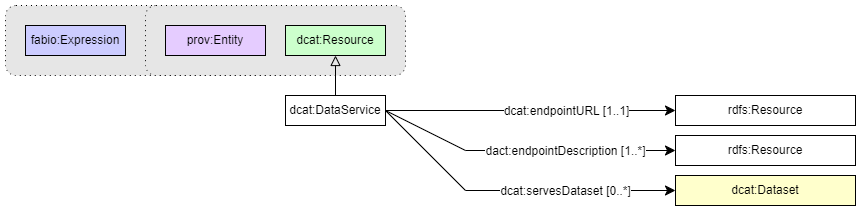
The draw.io diagram CEH-DCAT-AP/CEH-DCAT-AP_diagrams/dcat-dataservice.png in NERC-CEH/digital-objects-ontology, before a commit. Source tidied: cells renumbered, new cells last; positions are measured from the earlier drawing's top-left corner, leaving out a move shared by most shapes. Source of this version:
```xml
<mxGraphModel>
  <root>
    <mxCell id="0" />
    <mxCell id="1" parent="0" />
    <mxCell id="2" style="endArrow=classic;html=1;exitX=1;exitY=0.5;exitDx=0;exitDy=0;entryX=0;entryY=0.5;entryDx=0;entryDy=0;endSize=8;arcSize=0;rounded=0;" parent="1" edge="1" source="17" target="8">
      <mxGeometry relative="1" as="geometry" />
    </mxCell>
    <mxCell id="3" value="&lt;div&gt;dcat:endpointURL [1..1]&lt;/div&gt;" style="text;html=1;align=center;verticalAlign=middle;labelBackgroundColor=#ffffff;" parent="2" vertex="1">
      <mxGeometry x="-0.13" relative="1" as="geometry">
        <mxPoint x="53" as="offset" />
      </mxGeometry>
    </mxCell>
    <mxCell id="4" style="endArrow=classic;html=1;exitX=1;exitY=0.5;exitDx=0;exitDy=0;entryX=0;entryY=0.5;entryDx=0;entryDy=0;endSize=8;arcSize=0;rounded=0;" parent="1" edge="1" source="17" target="9">
      <mxGeometry relative="1" as="geometry">
        <Array as="points">
          <mxPoint x="460" y="145" />
        </Array>
      </mxGeometry>
    </mxCell>
    <mxCell id="5" value="&lt;div&gt;dact:endpointDescription [1..*]&lt;/div&gt;" style="text;html=1;align=center;verticalAlign=middle;labelBackgroundColor=#ffffff;" parent="4" vertex="1">
      <mxGeometry x="-0.13" relative="1" as="geometry">
        <mxPoint x="58" as="offset" />
      </mxGeometry>
    </mxCell>
    <mxCell id="6" style="endArrow=classic;html=1;exitX=1;exitY=0.5;exitDx=0;exitDy=0;endSize=8;arcSize=0;rounded=0;entryX=0;entryY=0.5;entryDx=0;entryDy=0;" parent="1" edge="1" source="17" target="10">
      <mxGeometry relative="1" as="geometry">
        <Array as="points">
          <mxPoint x="460" y="185" />
        </Array>
      </mxGeometry>
    </mxCell>
    <mxCell id="7" value="&lt;div&gt;dcat:servesDataset [0..*]&lt;/div&gt;" style="text;html=1;align=center;verticalAlign=middle;labelBackgroundColor=#ffffff;" parent="6" vertex="1">
      <mxGeometry x="-0.13" relative="1" as="geometry">
        <mxPoint x="72" as="offset" />
      </mxGeometry>
    </mxCell>
    <mxCell id="8" value="rdfs:Resource" style="rounded=0;whiteSpace=wrap;html=1;snapToPoint=1;points=[[0.1,0],[0.2,0],[0.3,0],[0.4,0],[0.5,0],[0.6,0],[0.7,0],[0.8,0],[0.9,0],[0,0.1],[0,0.3],[0,0.5],[0,0.7],[0,0.9],[0.1,1],[0.2,1],[0.3,1],[0.4,1],[0.5,1],[0.6,1],[0.7,1],[0.8,1],[0.9,1],[1,0.1],[1,0.3],[1,0.5],[1,0.7],[1,0.9]];" parent="1" vertex="1">
      <mxGeometry x="670" y="90" width="180" height="30" as="geometry" />
    </mxCell>
    <mxCell id="9" value="rdfs:Resource" style="rounded=0;whiteSpace=wrap;html=1;snapToPoint=1;points=[[0.1,0],[0.2,0],[0.3,0],[0.4,0],[0.5,0],[0.6,0],[0.7,0],[0.8,0],[0.9,0],[0,0.1],[0,0.3],[0,0.5],[0,0.7],[0,0.9],[0.1,1],[0.2,1],[0.3,1],[0.4,1],[0.5,1],[0.6,1],[0.7,1],[0.8,1],[0.9,1],[1,0.1],[1,0.3],[1,0.5],[1,0.7],[1,0.9]];" parent="1" vertex="1">
      <mxGeometry x="670" y="130" width="180" height="30" as="geometry" />
    </mxCell>
    <mxCell id="10" value="dcat:Dataset" style="rounded=0;whiteSpace=wrap;html=1;snapToPoint=1;points=[[0.1,0],[0.2,0],[0.3,0],[0.4,0],[0.5,0],[0.6,0],[0.7,0],[0.8,0],[0.9,0],[0,0.1],[0,0.3],[0,0.5],[0,0.7],[0,0.9],[0.1,1],[0.2,1],[0.3,1],[0.4,1],[0.5,1],[0.6,1],[0.7,1],[0.8,1],[0.9,1],[1,0.1],[1,0.3],[1,0.5],[1,0.7],[1,0.9]];fillColor=#FFFFCC;" parent="1" vertex="1">
      <mxGeometry x="670" y="170" width="180" height="30" as="geometry" />
    </mxCell>
    <mxCell id="11" style="rounded=1;whiteSpace=wrap;html=1;fillColor=#E6E6E6;dashed=1;dashPattern=1 4;" parent="1" vertex="1">
      <mxGeometry width="290" height="70" as="geometry" />
    </mxCell>
    <mxCell id="12" style="rounded=1;whiteSpace=wrap;html=1;fillColor=#E6E6E6;dashed=1;dashPattern=1 4;" parent="1" vertex="1">
      <mxGeometry x="140" width="260" height="70" as="geometry" />
    </mxCell>
    <mxCell id="13" value="prov:Entity" style="rounded=0;whiteSpace=wrap;html=1;fillColor=#E5CCFF;" parent="1" vertex="1">
      <mxGeometry x="160" y="20" width="100" height="30" as="geometry" />
    </mxCell>
    <mxCell id="14" value="fabio:Expression" style="rounded=0;whiteSpace=wrap;html=1;fillColor=#CCCCFF;" parent="1" vertex="1">
      <mxGeometry x="20" y="20" width="100" height="30" as="geometry" />
    </mxCell>
    <mxCell id="15" value="dcat:Resource" style="rounded=0;whiteSpace=wrap;html=1;snapToPoint=1;points=[[0.1,0],[0.2,0],[0.3,0],[0.4,0],[0.5,0],[0.6,0],[0.7,0],[0.8,0],[0.9,0],[0,0.1],[0,0.3],[0,0.5],[0,0.7],[0,0.9],[0.1,1],[0.2,1],[0.3,1],[0.4,1],[0.5,1],[0.6,1],[0.7,1],[0.8,1],[0.9,1],[1,0.1],[1,0.3],[1,0.5],[1,0.7],[1,0.9]];fillColor=#CCFFCC;" parent="1" vertex="1">
      <mxGeometry x="280" y="20" width="100" height="30" as="geometry" />
    </mxCell>
    <mxCell id="16" style="endArrow=block;html=1;fontColor=#000099;exitX=0.5;exitY=0;exitDx=0;exitDy=0;endFill=0;entryX=0.5;entryY=1;entryDx=0;entryDy=0;endSize=8;arcSize=0;rounded=0;" parent="1" edge="1" source="17" target="15">
      <mxGeometry relative="1" as="geometry" />
    </mxCell>
    <mxCell id="17" value="dcat:DataService" style="rounded=0;whiteSpace=wrap;html=1;snapToPoint=1;points=[[0.1,0],[0.2,0],[0.3,0],[0.4,0],[0.5,0],[0.6,0],[0.7,0],[0.8,0],[0.9,0],[0,0.1],[0,0.3],[0,0.5],[0,0.7],[0,0.9],[0.1,1],[0.2,1],[0.3,1],[0.4,1],[0.5,1],[0.6,1],[0.7,1],[0.8,1],[0.9,1],[1,0.1],[1,0.3],[1,0.5],[1,0.7],[1,0.9]];" parent="1" vertex="1">
      <mxGeometry x="280" y="90" width="100" height="30" as="geometry" />
    </mxCell>
  </root>
</mxGraphModel>
```
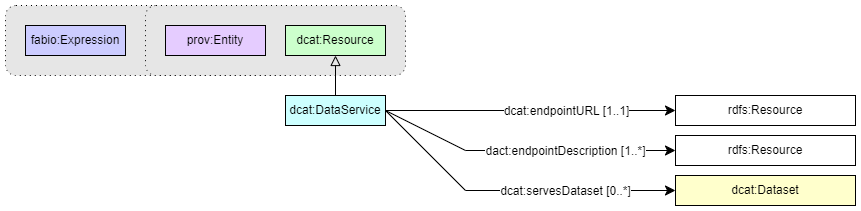
The same file after the commit.

The edit, as a diff of the source:
```diff
@@ -61,7 +61,7 @@
     <mxCell id="16" style="endArrow=block;html=1;fontColor=#000099;exitX=0.5;exitY=0;exitDx=0;exitDy=0;endFill=0;entryX=0.5;entryY=1;entryDx=0;entryDy=0;endSize=8;arcSize=0;rounded=0;" parent="1" edge="1" source="17" target="15">
       <mxGeometry relative="1" as="geometry" />
     </mxCell>
-    <mxCell id="17" value="dcat:DataService" style="rounded=0;whiteSpace=wrap;html=1;snapToPoint=1;points=[[0.1,0],[0.2,0],[0.3,0],[0.4,0],[0.5,0],[0.6,0],[0.7,0],[0.8,0],[0.9,0],[0,0.1],[0,0.3],[0,0.5],[0,0.7],[0,0.9],[0.1,1],[0.2,1],[0.3,1],[0.4,1],[0.5,1],[0.6,1],[0.7,1],[0.8,1],[0.9,1],[1,0.1],[1,0.3],[1,0.5],[1,0.7],[1,0.9]];" parent="1" vertex="1">
+    <mxCell id="17" value="dcat:DataService" style="rounded=0;whiteSpace=wrap;html=1;snapToPoint=1;points=[[0.1,0],[0.2,0],[0.3,0],[0.4,0],[0.5,0],[0.6,0],[0.7,0],[0.8,0],[0.9,0],[0,0.1],[0,0.3],[0,0.5],[0,0.7],[0,0.9],[0.1,1],[0.2,1],[0.3,1],[0.4,1],[0.5,1],[0.6,1],[0.7,1],[0.8,1],[0.9,1],[1,0.1],[1,0.3],[1,0.5],[1,0.7],[1,0.9]];fillColor=#CCFFFF;" parent="1" vertex="1">
       <mxGeometry x="280" y="90" width="100" height="30" as="geometry" />
     </mxCell>
   </root>
```
